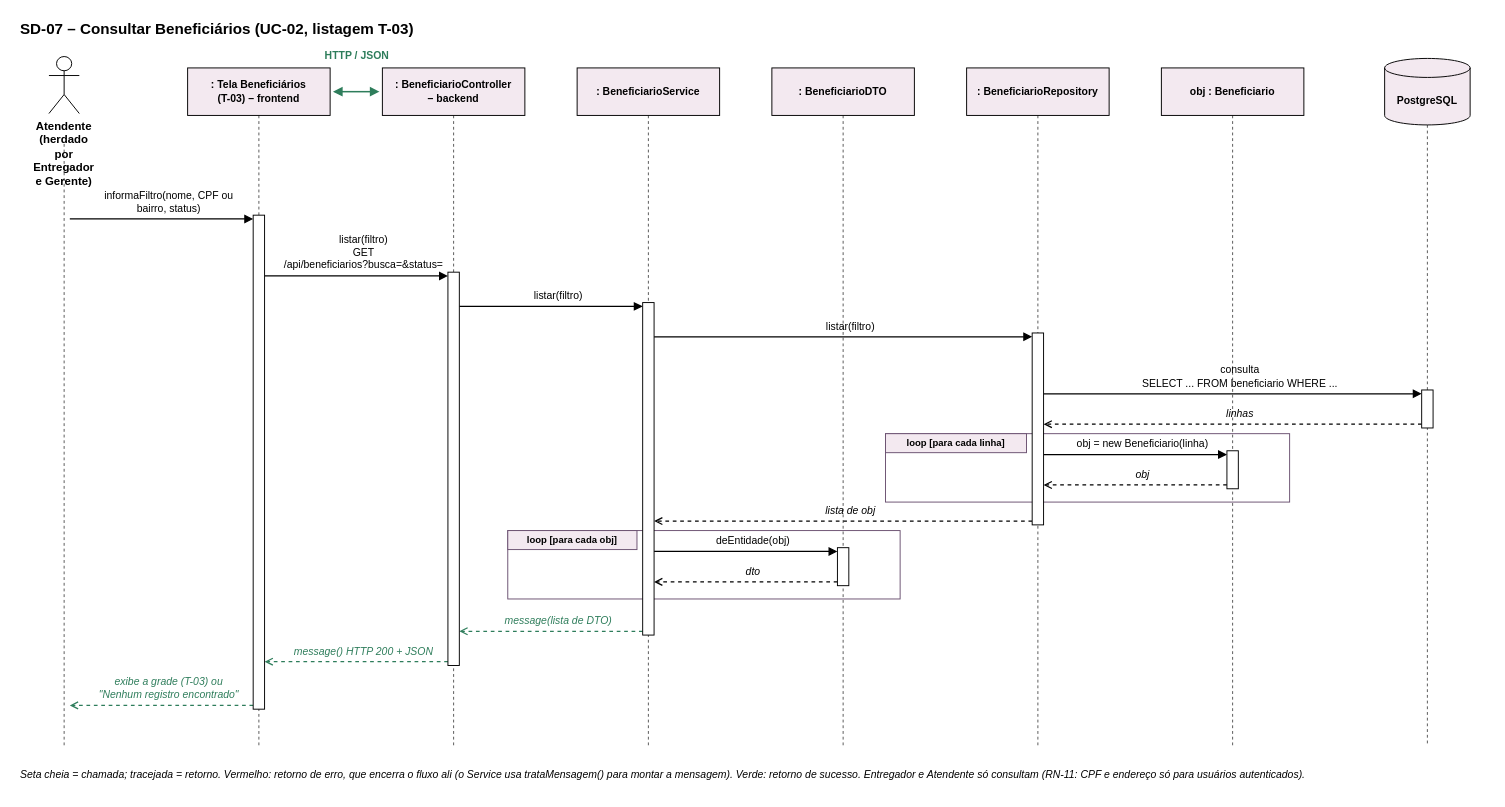
Earlier version of the draw.io diagram page "SD-07 Consultar Beneficiários" (7 of 29) of docs/diagramas/Fluxo_DiagramasSequencia.drawio (Cachorreira/Fluxo). Source tidied: cells renumbered, new cells numbered last; positions are measured from the earlier drawing's top-left corner, leaving out a move shared by most shapes. Both pictures are drawn from the tidied source at 95%, with x=0, y=0 at pixel (16, 16).
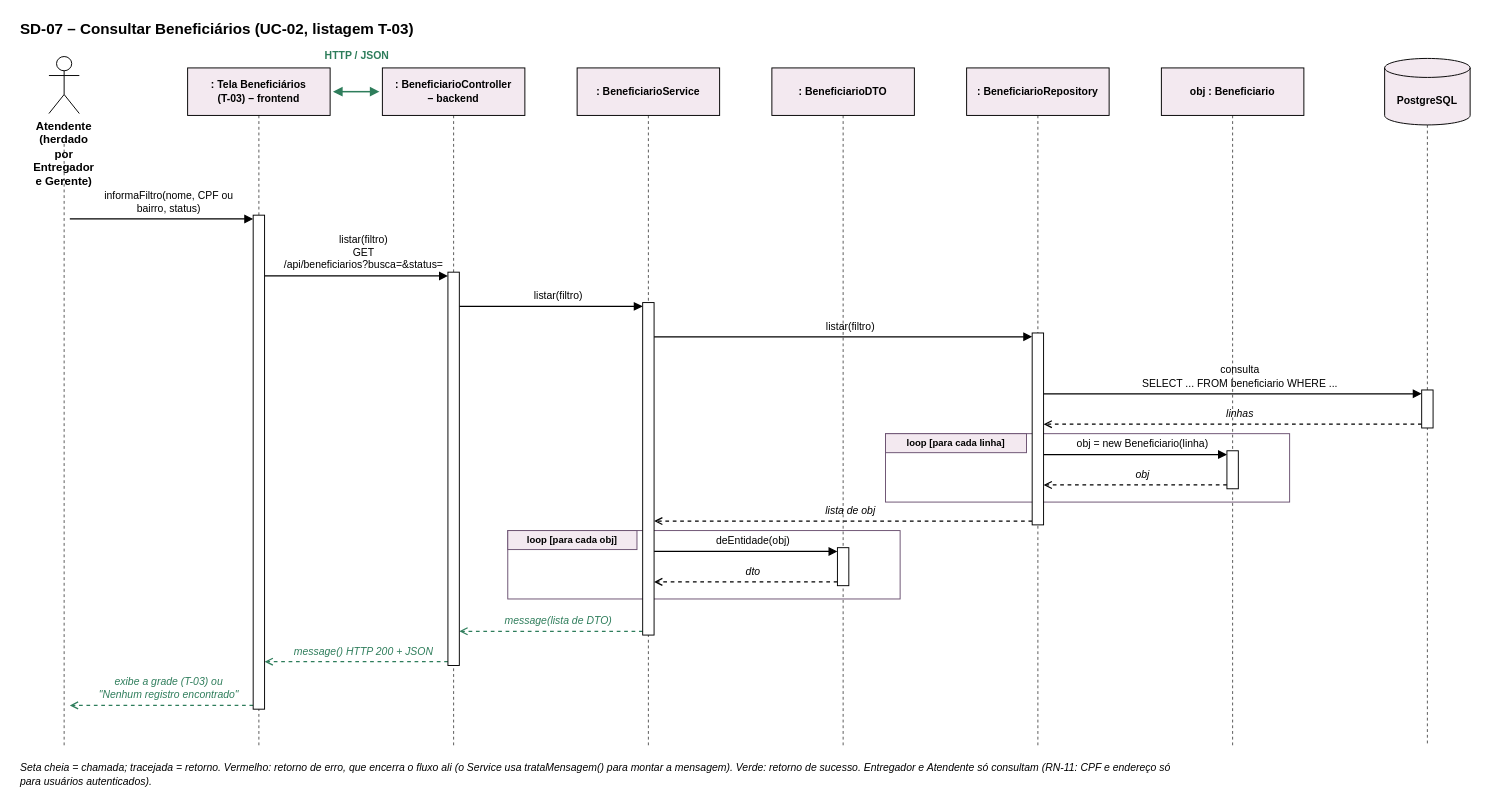
After the change.

What changed in the source:
```diff
@@
-    <mxCell id="60" value="Seta cheia = chamada; tracejada = retorno. Vermelho: retorno de erro, que encerra o fluxo ali (o Service usa trataMensagem() para montar a mensagem). Verde: retorno de sucesso. Entregador e Atendente só consultam (RN-11: CPF e endereço só para usuários autenticados)." style="text;align=left;verticalAlign=middle;spacingLeft=2;html=1;whiteSpace=wrap;fontFamily=Helvetica;fontSize=11;fontStyle=2;fillColor=none;strokeColor=none;fontColor=#000000;" parent="1" vertex="1">
-      <mxGeometry y="781" width="1550" height="34" as="geometry" />
+    <mxCell id="60" value="Seta cheia = chamada; tracejada = retorno. Vermelho: retorno de erro, que encerra o fluxo ali (o Service usa trataMensagem() para montar a mensagem). Verde: retorno de sucesso. Entregador e Atendente só consultam (RN-11: CPF e endereço só&lt;br&gt;para usuários autenticados)." style="text;align=left;verticalAlign=middle;spacingLeft=2;html=1;whiteSpace=wrap;fontFamily=Helvetica;fontSize=11;fontStyle=2;fillColor=none;strokeColor=none;fontColor=#000000;" parent="1" vertex="1">
+      <mxGeometry y="781" width="1535" height="34" as="geometry" />
     </mxCell>
```
